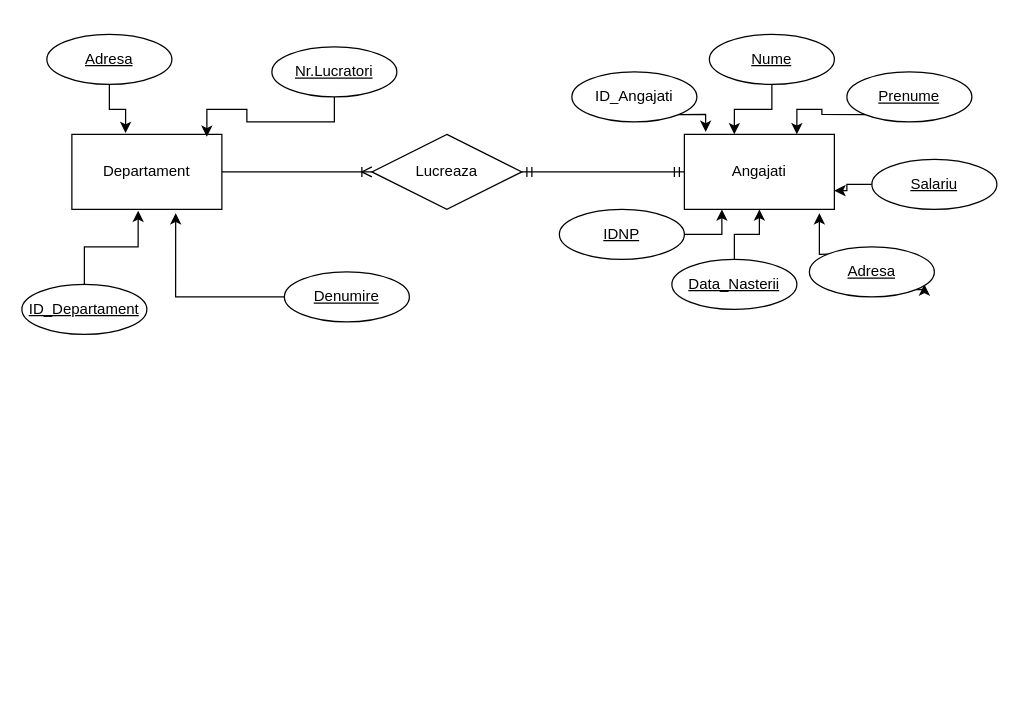
Before: Untitled Diagram.drawio in 0ndrei/Gestiunea-informa-iei, a draw.io diagram. Source tidied: cells renumbered, new cells numbered last; positions are measured from the earlier drawing's top-left corner, leaving out a move shared by most shapes. Both pictures are drawn from the tidied source at 125%, with x=0, y=0 at pixel (21, 34).
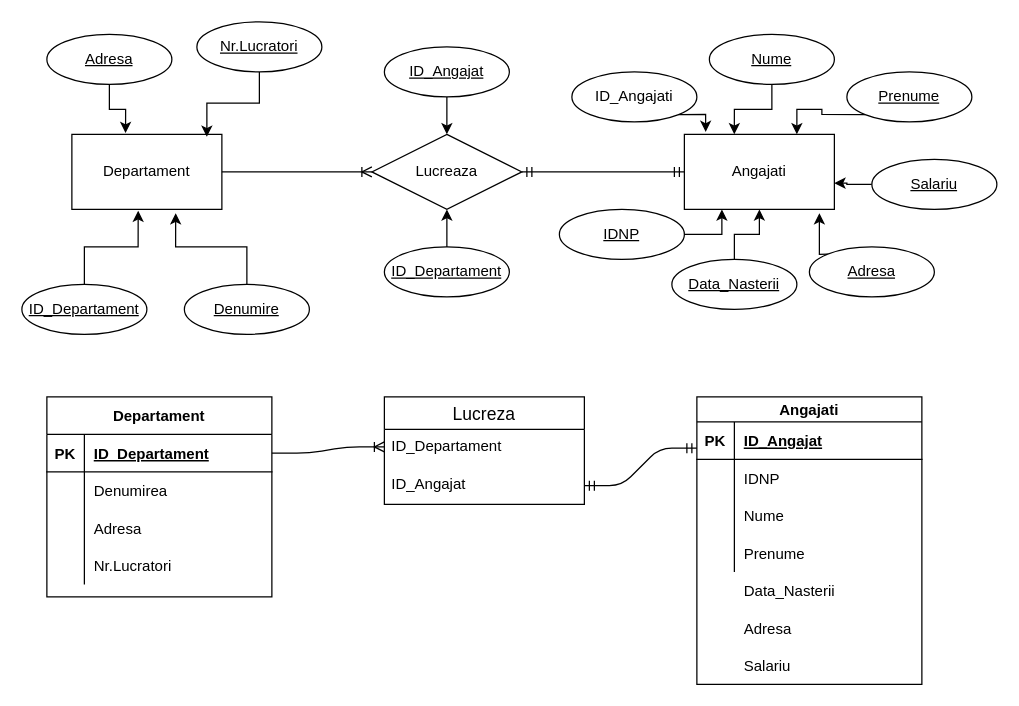
The same page after the edit.

Unchanged cells that the change refers to:
```xml
<mxCell id="3" value="Angajati" style="rounded=0;whiteSpace=wrap;html=1;" parent="1" vertex="1">
  <mxGeometry x="530" y="80" width="120" height="60" as="geometry" />
</mxCell>
<mxCell id="4" value="Lucreaza" style="shape=rhombus;perimeter=rhombusPerimeter;whiteSpace=wrap;html=1;align=center;" parent="1" vertex="1">
  <mxGeometry x="280" y="80" width="120" height="60" as="geometry" />
</mxCell>
<mxCell id="18" value="Adresa" style="ellipse;whiteSpace=wrap;html=1;align=center;fontStyle=4;" parent="1" vertex="1">
  <mxGeometry x="630" y="170" width="100" height="40" as="geometry" />
</mxCell>
<mxCell id="24" value="Salariu" style="ellipse;whiteSpace=wrap;html=1;align=center;fontStyle=4;" parent="1" vertex="1">
  <mxGeometry x="680" y="100" width="100" height="40" as="geometry" />
</mxCell>
```

Diff of the diagram source:
```diff
@@
     <mxCell id="10" value="Nr.Lucratori" style="ellipse;whiteSpace=wrap;html=1;align=center;fontStyle=4;" parent="1" vertex="1">
-      <mxGeometry x="200" y="10" width="100" height="40" as="geometry" />
+      <mxGeometry x="140" y="-10" width="100" height="40" as="geometry" />
     </mxCell>
@@
     <mxCell id="14" value="Denumire" style="ellipse;whiteSpace=wrap;html=1;align=center;fontStyle=4;" parent="1" vertex="1">
-      <mxGeometry x="210" y="190" width="100" height="40" as="geometry" />
+      <mxGeometry x="130" y="200" width="100" height="40" as="geometry" />
     </mxCell>
@@
-    <mxCell id="23" style="edgeStyle=orthogonalEdgeStyle;rounded=0;jettySize=auto;html=1;entryX=1;entryY=0.75;entryDx=0;entryDy=0;" parent="1" edge="1" source="24" target="3">
+    <mxCell id="23" style="edgeStyle=orthogonalEdgeStyle;rounded=0;jettySize=auto;html=1;entryX=1;entryY=0.65;entryDx=0;entryDy=0;entryPerimeter=0;" parent="1" edge="1" source="24" target="3">
       <mxGeometry relative="1" as="geometry" />
     </mxCell>
@@
-    <mxCell id="29" style="edgeStyle=orthogonalEdgeStyle;rounded=0;orthogonalLoop=1;jettySize=auto;html=1;exitX=1;exitY=1;exitDx=0;exitDy=0;entryX=0.92;entryY=0.75;entryDx=0;entryDy=0;entryPerimeter=0;" parent="1" edge="1" source="18" target="18">
-      <mxGeometry relative="1" as="geometry" />
-    </mxCell>
+    <mxCell id="30" style="edgeStyle=orthogonalEdgeStyle;rounded=0;jettySize=auto;html=1;" parent="1" edge="1" source="31" target="4">
+      <mxGeometry relative="1" as="geometry">
+        <Array as="points">
+          <mxPoint x="340" y="150" />
+          <mxPoint x="340" y="150" />
+        </Array>
+      </mxGeometry>
+    </mxCell>
+    <mxCell id="31" value="ID_Departament" style="ellipse;whiteSpace=wrap;html=1;align=center;fontStyle=4;" parent="1" vertex="1">
+      <mxGeometry x="290" y="170" width="100" height="40" as="geometry" />
+    </mxCell>
+    <mxCell id="32" style="edgeStyle=orthogonalEdgeStyle;rounded=0;jettySize=auto;html=1;" parent="1" edge="1" source="33" target="4">
+      <mxGeometry relative="1" as="geometry" />
+    </mxCell>
+    <mxCell id="33" value="ID_Angajat" style="ellipse;whiteSpace=wrap;html=1;align=center;fontStyle=4;" parent="1" vertex="1">
+      <mxGeometry x="290" y="10" width="100" height="40" as="geometry" />
+    </mxCell>
+    <mxCell id="34" value="Departament" style="shape=table;startSize=30;childLayout=tableLayout;rowLines=0;fontStyle=1;align=center;" parent="1" vertex="1">
+      <mxGeometry x="20" y="290" width="180" height="160" as="geometry" />
+    </mxCell>
+    <mxCell id="35" style="shape=partialRectangle;fillColor=none;top=0;left=0;bottom=1;right=0;points=[[0,0.5],[1,0.5]];portConstraint=eastwest;" parent="34" vertex="1">
+      <mxGeometry y="30" width="180" height="30" as="geometry" />
+    </mxCell>
+    <mxCell id="36" value="PK" style="shape=partialRectangle;fillColor=none;top=0;left=0;bottom=0;right=0;fontStyle=1;overflow=hidden;" parent="35" vertex="1">
+      <mxGeometry width="30" height="30" as="geometry" />
+    </mxCell>
+    <mxCell id="37" value="ID_Departament" style="shape=partialRectangle;fillColor=none;top=0;left=0;bottom=0;right=0;align=left;spacingLeft=6;fontStyle=5;overflow=hidden;" parent="35" vertex="1">
+      <mxGeometry x="30" width="150" height="30" as="geometry" />
+    </mxCell>
+    <mxCell id="38" style="shape=partialRectangle;fillColor=none;top=0;left=0;bottom=0;right=0;" parent="34" vertex="1">
+      <mxGeometry y="60" width="180" height="30" as="geometry" />
+    </mxCell>
+    <mxCell id="39" style="shape=partialRectangle;fillColor=none;top=0;left=0;bottom=0;right=0;overflow=hidden;" parent="38" vertex="1">
+      <mxGeometry width="30" height="30" as="geometry" />
+    </mxCell>
+    <mxCell id="40" value="Denumirea" style="shape=partialRectangle;fillColor=none;top=0;left=0;bottom=0;right=0;align=left;spacingLeft=6;overflow=hidden;" parent="38" vertex="1">
+      <mxGeometry x="30" width="150" height="30" as="geometry" />
+    </mxCell>
+    <mxCell id="41" style="shape=partialRectangle;fillColor=none;top=0;left=0;bottom=0;right=0;" parent="34" vertex="1">
+      <mxGeometry y="90" width="180" height="30" as="geometry" />
+    </mxCell>
+    <mxCell id="42" style="shape=partialRectangle;fillColor=none;top=0;left=0;bottom=0;right=0;overflow=hidden;" parent="41" vertex="1">
+      <mxGeometry width="30" height="30" as="geometry" />
+    </mxCell>
+    <mxCell id="43" value="Adresa" style="shape=partialRectangle;fillColor=none;top=0;left=0;bottom=0;right=0;align=left;spacingLeft=6;overflow=hidden;" parent="41" vertex="1">
+      <mxGeometry x="30" width="150" height="30" as="geometry" />
+    </mxCell>
+    <mxCell id="44" style="shape=partialRectangle;fillColor=none;top=0;left=0;bottom=0;right=0;" parent="34" vertex="1">
+      <mxGeometry y="120" width="180" height="30" as="geometry" />
+    </mxCell>
+    <mxCell id="45" style="shape=partialRectangle;fillColor=none;top=0;left=0;bottom=0;right=0;overflow=hidden;" parent="44" vertex="1">
+      <mxGeometry width="30" height="30" as="geometry" />
+    </mxCell>
+    <mxCell id="46" value="Nr.Lucratori" style="shape=partialRectangle;fillColor=none;top=0;left=0;bottom=0;right=0;align=left;spacingLeft=6;overflow=hidden;" parent="44" vertex="1">
+      <mxGeometry x="30" width="150" height="30" as="geometry" />
+    </mxCell>
+    <mxCell id="47" value="Angajati" style="shape=table;startSize=20;childLayout=tableLayout;rowLines=0;fontStyle=1;align=center;" parent="1" vertex="1">
+      <mxGeometry x="540" y="290" width="180" height="230" as="geometry" />
+    </mxCell>
+    <mxCell id="48" style="shape=partialRectangle;fillColor=none;top=0;left=0;bottom=1;right=0;" parent="47" vertex="1">
+      <mxGeometry y="20" width="180" height="30" as="geometry" />
+    </mxCell>
+    <mxCell id="49" value="PK" style="shape=partialRectangle;fillColor=none;top=0;left=0;bottom=0;right=0;fontStyle=1;overflow=hidden;" parent="48" vertex="1">
+      <mxGeometry width="30" height="30" as="geometry" />
+    </mxCell>
+    <mxCell id="50" value="ID_Angajat" style="shape=partialRectangle;fillColor=none;top=0;left=0;bottom=0;right=0;align=left;spacingLeft=6;fontStyle=5;overflow=hidden;" parent="48" vertex="1">
+      <mxGeometry x="30" width="150" height="30" as="geometry" />
+    </mxCell>
+    <mxCell id="51" style="shape=partialRectangle;fillColor=none;top=0;left=0;bottom=0;right=0;" parent="47" vertex="1">
+      <mxGeometry y="50" width="180" height="30" as="geometry" />
+    </mxCell>
+    <mxCell id="52" style="shape=partialRectangle;fillColor=none;top=0;left=0;bottom=0;right=0;overflow=hidden;" parent="51" vertex="1">
+      <mxGeometry width="30" height="30" as="geometry" />
+    </mxCell>
+    <mxCell id="53" value="IDNP" style="shape=partialRectangle;fillColor=none;top=0;left=0;bottom=0;right=0;align=left;spacingLeft=6;overflow=hidden;" parent="51" vertex="1">
+      <mxGeometry x="30" width="150" height="30" as="geometry" />
+    </mxCell>
+    <mxCell id="54" style="shape=partialRectangle;fillColor=none;top=0;left=0;bottom=0;right=0;" parent="47" vertex="1">
+      <mxGeometry y="80" width="180" height="30" as="geometry" />
+    </mxCell>
+    <mxCell id="55" style="shape=partialRectangle;fillColor=none;top=0;left=0;bottom=0;right=0;overflow=hidden;" parent="54" vertex="1">
+      <mxGeometry width="30" height="30" as="geometry" />
+    </mxCell>
+    <mxCell id="56" value="Nume" style="shape=partialRectangle;fillColor=none;top=0;left=0;bottom=0;right=0;align=left;spacingLeft=6;overflow=hidden;" parent="54" vertex="1">
+      <mxGeometry x="30" width="150" height="30" as="geometry" />
+    </mxCell>
+    <mxCell id="57" style="shape=partialRectangle;fillColor=none;top=0;left=0;bottom=0;right=0;" parent="47" vertex="1">
+      <mxGeometry y="110" width="180" height="30" as="geometry" />
+    </mxCell>
+    <mxCell id="58" style="shape=partialRectangle;fillColor=none;top=0;left=0;bottom=0;right=0;overflow=hidden;" parent="57" vertex="1">
+      <mxGeometry width="30" height="30" as="geometry" />
+    </mxCell>
+    <mxCell id="59" value="Prenume" style="shape=partialRectangle;fillColor=none;top=0;left=0;bottom=0;right=0;align=left;spacingLeft=6;overflow=hidden;" parent="57" vertex="1">
+      <mxGeometry x="30" width="150" height="30" as="geometry" />
+    </mxCell>
+    <mxCell id="60" value="Data_Nasterii" style="shape=partialRectangle;fillColor=none;top=0;left=0;bottom=0;right=0;align=left;spacingLeft=6;overflow=hidden;" parent="1" vertex="1">
+      <mxGeometry x="570" y="430" width="150" height="30" as="geometry" />
+    </mxCell>
+    <mxCell id="61" value="Adresa" style="shape=partialRectangle;fillColor=none;top=0;left=0;bottom=0;right=0;align=left;spacingLeft=6;overflow=hidden;" parent="1" vertex="1">
+      <mxGeometry x="570" y="460" width="150" height="30" as="geometry" />
+    </mxCell>
+    <mxCell id="62" value="Salariu" style="shape=partialRectangle;fillColor=none;top=0;left=0;bottom=0;right=0;align=left;spacingLeft=6;overflow=hidden;" parent="1" vertex="1">
+      <mxGeometry x="570" y="490" width="150" height="30" as="geometry" />
+    </mxCell>
+    <mxCell id="63" value="Lucreza" style="swimlane;fontStyle=0;horizontal=1;startSize=26;align=center;fontSize=14;" parent="1" vertex="1">
+      <mxGeometry x="290" y="290" width="160" height="86" as="geometry" />
+    </mxCell>
+    <mxCell id="64" value="ID_Departament" style="text;strokeColor=none;fillColor=none;spacingLeft=4;spacingRight=4;overflow=hidden;fontSize=12;" parent="63" vertex="1">
+      <mxGeometry y="26" width="160" height="30" as="geometry" />
+    </mxCell>
+    <mxCell id="65" value="ID_Angajat" style="text;strokeColor=none;fillColor=none;spacingLeft=4;spacingRight=4;overflow=hidden;points=[[0,0.5],[1,0.5]];portConstraint=eastwest;fontSize=12;" parent="63" vertex="1">
+      <mxGeometry y="56" width="160" height="30" as="geometry" />
+    </mxCell>
+    <mxCell id="66" style="edgeStyle=entityRelationEdgeStyle;fontSize=12;html=1;endArrow=ERoneToMany;exitX=1;exitY=0.5;exitDx=0;exitDy=0;" parent="1" edge="1" source="35">
+      <mxGeometry relative="1" as="geometry">
+        <mxPoint x="290" y="330" as="targetPoint" />
+      </mxGeometry>
+    </mxCell>
+    <mxCell id="67" style="edgeStyle=entityRelationEdgeStyle;fontSize=12;html=1;endArrow=ERmandOne;startArrow=ERmandOne;exitX=1;exitY=0.5;exitDx=0;exitDy=0;" parent="1" edge="1" source="65">
+      <mxGeometry relative="1" as="geometry">
+        <mxPoint x="540" y="331" as="targetPoint" />
+      </mxGeometry>
+    </mxCell>
```
